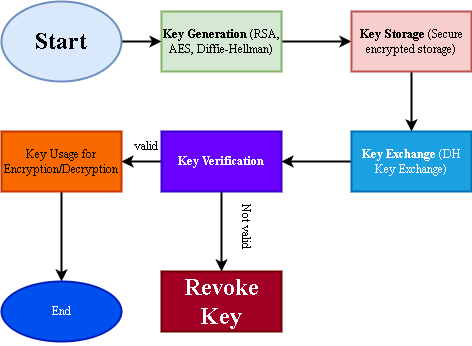
Nagendra0228/INS-Task-2 keeps this draw.io diagram as architecture.png. Above is the earlier version. Source tidied: cells renumbered, new cells last; positions are measured from the earlier drawing's top-left corner, leaving out a move shared by most shapes. The source it was exported from:
```xml
<mxGraphModel>
  <root>
    <mxCell id="0" />
    <mxCell id="1" parent="0" />
    <mxCell id="2" style="edgeStyle=orthogonalEdgeStyle;rounded=0;jettySize=auto;html=1;strokeWidth=2;fontFamily=Times New Roman;" parent="1" edge="1" source="3" target="5">
      <mxGeometry relative="1" as="geometry" />
    </mxCell>
    <mxCell id="3" value="&lt;strong&gt;Key Generation&lt;/strong&gt; (RSA, AES, Diffie-Hellman)" style="rounded=0;whiteSpace=wrap;html=1;strokeWidth=2;fontFamily=Times New Roman;fillColor=#d5e8d4;strokeColor=#82b366;" parent="1" vertex="1">
      <mxGeometry x="160" y="10" width="120" height="60" as="geometry" />
    </mxCell>
    <mxCell id="4" style="edgeStyle=orthogonalEdgeStyle;rounded=0;jettySize=auto;html=1;strokeWidth=2;fontFamily=Times New Roman;" parent="1" edge="1" source="5" target="10">
      <mxGeometry relative="1" as="geometry" />
    </mxCell>
    <mxCell id="5" value="&lt;strong&gt;Key Storage&lt;/strong&gt; (Secure encrypted storage)" style="rounded=0;whiteSpace=wrap;html=1;strokeWidth=2;fontFamily=Times New Roman;fillColor=#f8cecc;strokeColor=#b85450;" parent="1" vertex="1">
      <mxGeometry x="350" y="10" width="120" height="60" as="geometry" />
    </mxCell>
    <mxCell id="6" style="edgeStyle=orthogonalEdgeStyle;rounded=0;jettySize=auto;html=1;strokeWidth=2;fontFamily=Times New Roman;" parent="1" edge="1" source="8" target="12">
      <mxGeometry relative="1" as="geometry" />
    </mxCell>
    <mxCell id="7" style="edgeStyle=orthogonalEdgeStyle;rounded=0;jettySize=auto;html=1;strokeWidth=2;fontFamily=Times New Roman;" parent="1" edge="1" source="8" target="16">
      <mxGeometry relative="1" as="geometry" />
    </mxCell>
    <mxCell id="8" value="&lt;p class=&quot;&quot;&gt;&lt;strong&gt;Key Verification&lt;/strong&gt;&lt;/p&gt;" style="rounded=0;whiteSpace=wrap;html=1;strokeWidth=2;fontFamily=Times New Roman;fillColor=#6a00ff;fontColor=#ffffff;strokeColor=#3700CC;" parent="1" vertex="1">
      <mxGeometry x="160" y="130" width="120" height="60" as="geometry" />
    </mxCell>
    <mxCell id="9" style="edgeStyle=orthogonalEdgeStyle;rounded=0;jettySize=auto;html=1;strokeWidth=2;fontFamily=Times New Roman;" parent="1" edge="1" source="10" target="8">
      <mxGeometry relative="1" as="geometry" />
    </mxCell>
    <mxCell id="10" value="&lt;strong&gt;Key Exchange&lt;/strong&gt; (DH Key Exchange)" style="rounded=0;whiteSpace=wrap;html=1;strokeWidth=2;fontFamily=Times New Roman;fillColor=#1ba1e2;fontColor=#ffffff;strokeColor=#006EAF;" parent="1" vertex="1">
      <mxGeometry x="350" y="130" width="120" height="60" as="geometry" />
    </mxCell>
    <mxCell id="11" style="edgeStyle=orthogonalEdgeStyle;rounded=0;jettySize=auto;html=1;strokeWidth=2;fontFamily=Times New Roman;" parent="1" edge="1" source="12" target="15">
      <mxGeometry relative="1" as="geometry" />
    </mxCell>
    <mxCell id="12" value="Key Usage for Encryption/Decryption" style="rounded=0;whiteSpace=wrap;html=1;strokeWidth=2;fontFamily=Times New Roman;fillColor=#fa6800;fontColor=#000000;strokeColor=#C73500;" parent="1" vertex="1">
      <mxGeometry y="130" width="120" height="60" as="geometry" />
    </mxCell>
    <mxCell id="13" style="edgeStyle=orthogonalEdgeStyle;rounded=0;jettySize=auto;html=1;strokeWidth=2;fontFamily=Times New Roman;" parent="1" edge="1" source="14" target="3">
      <mxGeometry relative="1" as="geometry" />
    </mxCell>
    <mxCell id="14" value="&lt;h1&gt;Start&lt;/h1&gt;" style="ellipse;whiteSpace=wrap;html=1;strokeWidth=2;fontFamily=Times New Roman;fillColor=#dae8fc;strokeColor=#6c8ebf;" parent="1" vertex="1">
      <mxGeometry width="120" height="80" as="geometry" />
    </mxCell>
    <mxCell id="15" value="End" style="ellipse;whiteSpace=wrap;html=1;rounded=0;strokeWidth=2;fontFamily=Times New Roman;fillColor=#0050ef;fontColor=#ffffff;strokeColor=#001DBC;" parent="1" vertex="1">
      <mxGeometry y="280" width="120" height="60" as="geometry" />
    </mxCell>
    <mxCell id="16" value="&lt;h1&gt;Revoke Key&lt;/h1&gt;" style="rounded=0;whiteSpace=wrap;html=1;strokeWidth=2;fontFamily=Times New Roman;fillColor=#a20025;fontColor=#ffffff;strokeColor=#6F0000;" parent="1" vertex="1">
      <mxGeometry x="160" y="270" width="120" height="60" as="geometry" />
    </mxCell>
    <mxCell id="17" value="valid" style="text;html=1;align=center;verticalAlign=middle;strokeColor=none;fillColor=none;strokeWidth=2;fontFamily=Times New Roman;" parent="1" vertex="1">
      <mxGeometry x="120" y="130" width="50" height="30" as="geometry" />
    </mxCell>
    <mxCell id="18" value="Not valid" style="text;html=1;align=center;verticalAlign=middle;strokeColor=none;fillColor=none;rotation=90;strokeWidth=2;fontFamily=Times New Roman;" parent="1" vertex="1">
      <mxGeometry x="210" y="210" width="70" height="30" as="geometry" />
    </mxCell>
  </root>
</mxGraphModel>
```
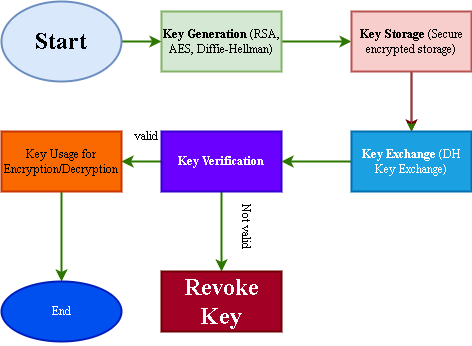
After the commit.

What changed in the source:
```diff
@@ -2,40 +2,43 @@
   <root>
     <mxCell id="0" />
     <mxCell id="1" parent="0" />
-    <mxCell id="2" style="edgeStyle=orthogonalEdgeStyle;rounded=0;jettySize=auto;html=1;strokeWidth=2;fontFamily=Times New Roman;" parent="1" edge="1" source="3" target="5">
+    <mxCell id="2" style="edgeStyle=orthogonalEdgeStyle;rounded=0;jettySize=auto;html=1;strokeWidth=2;fontFamily=Times New Roman;fillColor=#60a917;strokeColor=#2D7600;" parent="1" edge="1" source="3" target="5">
       <mxGeometry relative="1" as="geometry" />
     </mxCell>
     <mxCell id="3" value="&lt;strong&gt;Key Generation&lt;/strong&gt; (RSA, AES, Diffie-Hellman)" style="rounded=0;whiteSpace=wrap;html=1;strokeWidth=2;fontFamily=Times New Roman;fillColor=#d5e8d4;strokeColor=#82b366;" parent="1" vertex="1">
       <mxGeometry x="160" y="10" width="120" height="60" as="geometry" />
     </mxCell>
-    <mxCell id="4" style="edgeStyle=orthogonalEdgeStyle;rounded=0;jettySize=auto;html=1;strokeWidth=2;fontFamily=Times New Roman;" parent="1" edge="1" source="5" target="10">
+    <mxCell id="4" style="edgeStyle=orthogonalEdgeStyle;rounded=0;jettySize=auto;html=1;strokeWidth=2;fontFamily=Times New Roman;fillColor=#a20025;strokeColor=#6F0000;" parent="1" edge="1" source="5" target="10">
       <mxGeometry relative="1" as="geometry" />
     </mxCell>
+    <mxCell id="19" style="edgeStyle=orthogonalEdgeStyle;rounded=0;jettySize=auto;html=1;fillColor=#60a917;strokeColor=#2D7600;" parent="1" edge="1" source="5" target="10">
+      <mxGeometry relative="1" as="geometry" />
+    </mxCell>
     <mxCell id="5" value="&lt;strong&gt;Key Storage&lt;/strong&gt; (Secure encrypted storage)" style="rounded=0;whiteSpace=wrap;html=1;strokeWidth=2;fontFamily=Times New Roman;fillColor=#f8cecc;strokeColor=#b85450;" parent="1" vertex="1">
       <mxGeometry x="350" y="10" width="120" height="60" as="geometry" />
     </mxCell>
-    <mxCell id="6" style="edgeStyle=orthogonalEdgeStyle;rounded=0;jettySize=auto;html=1;strokeWidth=2;fontFamily=Times New Roman;" parent="1" edge="1" source="8" target="12">
+    <mxCell id="6" style="edgeStyle=orthogonalEdgeStyle;rounded=0;jettySize=auto;html=1;strokeWidth=2;fontFamily=Times New Roman;fillColor=#60a917;strokeColor=#2D7600;" parent="1" edge="1" source="8" target="12">
       <mxGeometry relative="1" as="geometry" />
     </mxCell>
-    <mxCell id="7" style="edgeStyle=orthogonalEdgeStyle;rounded=0;jettySize=auto;html=1;strokeWidth=2;fontFamily=Times New Roman;" parent="1" edge="1" source="8" target="16">
+    <mxCell id="7" style="edgeStyle=orthogonalEdgeStyle;rounded=0;jettySize=auto;html=1;strokeWidth=2;fontFamily=Times New Roman;fillColor=#60a917;strokeColor=#2D7600;" parent="1" edge="1" source="8" target="16">
       <mxGeometry relative="1" as="geometry" />
     </mxCell>
     <mxCell id="8" value="&lt;p class=&quot;&quot;&gt;&lt;strong&gt;Key Verification&lt;/strong&gt;&lt;/p&gt;" style="rounded=0;whiteSpace=wrap;html=1;strokeWidth=2;fontFamily=Times New Roman;fillColor=#6a00ff;fontColor=#ffffff;strokeColor=#3700CC;" parent="1" vertex="1">
       <mxGeometry x="160" y="130" width="120" height="60" as="geometry" />
     </mxCell>
-    <mxCell id="9" style="edgeStyle=orthogonalEdgeStyle;rounded=0;jettySize=auto;html=1;strokeWidth=2;fontFamily=Times New Roman;" parent="1" edge="1" source="10" target="8">
+    <mxCell id="9" style="edgeStyle=orthogonalEdgeStyle;rounded=0;jettySize=auto;html=1;strokeWidth=2;fontFamily=Times New Roman;strokeColor=#2D7600;fillColor=#60a917;" parent="1" edge="1" source="10" target="8">
       <mxGeometry relative="1" as="geometry" />
     </mxCell>
     <mxCell id="10" value="&lt;strong&gt;Key Exchange&lt;/strong&gt; (DH Key Exchange)" style="rounded=0;whiteSpace=wrap;html=1;strokeWidth=2;fontFamily=Times New Roman;fillColor=#1ba1e2;fontColor=#ffffff;strokeColor=#006EAF;" parent="1" vertex="1">
       <mxGeometry x="350" y="130" width="120" height="60" as="geometry" />
     </mxCell>
-    <mxCell id="11" style="edgeStyle=orthogonalEdgeStyle;rounded=0;jettySize=auto;html=1;strokeWidth=2;fontFamily=Times New Roman;" parent="1" edge="1" source="12" target="15">
+    <mxCell id="11" style="edgeStyle=orthogonalEdgeStyle;rounded=0;jettySize=auto;html=1;strokeWidth=2;fontFamily=Times New Roman;fillColor=#60a917;strokeColor=#2D7600;" parent="1" edge="1" source="12" target="15">
       <mxGeometry relative="1" as="geometry" />
     </mxCell>
     <mxCell id="12" value="Key Usage for Encryption/Decryption" style="rounded=0;whiteSpace=wrap;html=1;strokeWidth=2;fontFamily=Times New Roman;fillColor=#fa6800;fontColor=#000000;strokeColor=#C73500;" parent="1" vertex="1">
       <mxGeometry y="130" width="120" height="60" as="geometry" />
     </mxCell>
-    <mxCell id="13" style="edgeStyle=orthogonalEdgeStyle;rounded=0;jettySize=auto;html=1;strokeWidth=2;fontFamily=Times New Roman;" parent="1" edge="1" source="14" target="3">
+    <mxCell id="13" style="edgeStyle=orthogonalEdgeStyle;rounded=0;jettySize=auto;html=1;strokeWidth=2;fontFamily=Times New Roman;fillColor=#60a917;strokeColor=#2D7600;" parent="1" edge="1" source="14" target="3">
       <mxGeometry relative="1" as="geometry" />
     </mxCell>
     <mxCell id="14" value="&lt;h1&gt;Start&lt;/h1&gt;" style="ellipse;whiteSpace=wrap;html=1;strokeWidth=2;fontFamily=Times New Roman;fillColor=#dae8fc;strokeColor=#6c8ebf;" parent="1" vertex="1">
@@ -48,7 +51,7 @@
       <mxGeometry x="160" y="270" width="120" height="60" as="geometry" />
     </mxCell>
     <mxCell id="17" value="valid" style="text;html=1;align=center;verticalAlign=middle;strokeColor=none;fillColor=none;strokeWidth=2;fontFamily=Times New Roman;" parent="1" vertex="1">
-      <mxGeometry x="120" y="130" width="50" height="30" as="geometry" />
+      <mxGeometry x="120" y="120" width="50" height="30" as="geometry" />
     </mxCell>
     <mxCell id="18" value="Not valid" style="text;html=1;align=center;verticalAlign=middle;strokeColor=none;fillColor=none;rotation=90;strokeWidth=2;fontFamily=Times New Roman;" parent="1" vertex="1">
       <mxGeometry x="210" y="210" width="70" height="30" as="geometry" />
```
